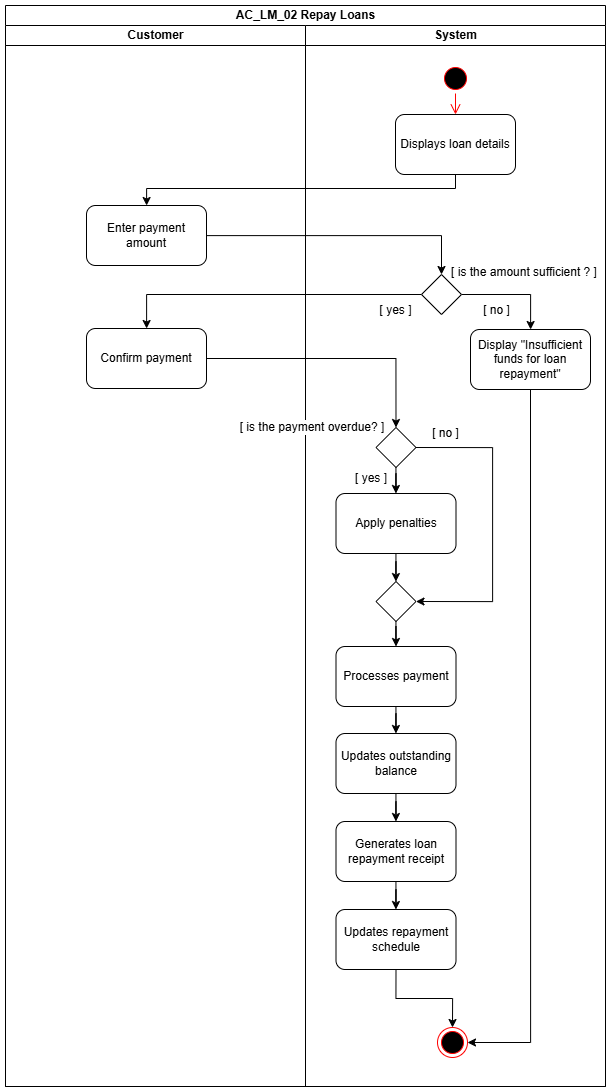
Earlier version of the draw.io export diagrams/activity-diagrams/AC_LM_02.png (Markl1T/bank-management-system). Source tidied: cells renumbered, new cells last; positions are measured from the earlier drawing's top-left corner, leaving out a move shared by most shapes. The source it was exported from:
```xml
<mxGraphModel>
  <root>
    <mxCell id="0" />
    <mxCell id="1" parent="0" />
    <mxCell id="2" value="AC_LM_02 Repay Loans" style="swimlane;startSize=20;html=1;" parent="1" vertex="1">
      <mxGeometry width="600" height="1081" as="geometry" />
    </mxCell>
    <mxCell id="3" value="Customer" style="swimlane;startSize=20;html=1;" parent="2" vertex="1">
      <mxGeometry y="20" width="300" height="1061" as="geometry" />
    </mxCell>
    <mxCell id="4" value="Enter&amp;nbsp;&lt;span style=&quot;background-color: transparent; color: light-dark(rgb(0, 0, 0), rgb(255, 255, 255));&quot;&gt;payment amount&lt;/span&gt;" style="rounded=1;whiteSpace=wrap;html=1;" parent="3" vertex="1">
      <mxGeometry x="81" y="180" width="120" height="60" as="geometry" />
    </mxCell>
    <mxCell id="5" value="Confirm payment" style="rounded=1;whiteSpace=wrap;html=1;" parent="3" vertex="1">
      <mxGeometry x="81" y="303" width="120" height="60" as="geometry" />
    </mxCell>
    <mxCell id="6" style="edgeStyle=orthogonalEdgeStyle;rounded=0;jettySize=auto;html=1;" parent="2" edge="1" source="12" target="4">
      <mxGeometry relative="1" as="geometry">
        <Array as="points">
          <mxPoint x="450" y="183" />
          <mxPoint x="141" y="183" />
        </Array>
      </mxGeometry>
    </mxCell>
    <mxCell id="7" style="edgeStyle=orthogonalEdgeStyle;rounded=0;jettySize=auto;html=1;entryX=0.5;entryY=0;entryDx=0;entryDy=0;" parent="2" edge="1" source="4" target="15">
      <mxGeometry relative="1" as="geometry" />
    </mxCell>
    <mxCell id="8" style="edgeStyle=orthogonalEdgeStyle;rounded=0;jettySize=auto;html=1;" parent="2" edge="1" source="15" target="5">
      <mxGeometry relative="1" as="geometry" />
    </mxCell>
    <mxCell id="9" style="edgeStyle=orthogonalEdgeStyle;rounded=0;jettySize=auto;html=1;entryX=0.5;entryY=0;entryDx=0;entryDy=0;" parent="2" edge="1" source="5" target="25">
      <mxGeometry relative="1" as="geometry" />
    </mxCell>
    <mxCell id="10" value="System" style="swimlane;startSize=20;html=1;" parent="2" vertex="1">
      <mxGeometry x="300" y="20" width="300" height="1061" as="geometry" />
    </mxCell>
    <mxCell id="11" style="ellipse;html=1;shape=startState;fillColor=#000000;strokeColor=#ff0000;" parent="10" vertex="1">
      <mxGeometry x="135" y="38" width="30" height="30" as="geometry" />
    </mxCell>
    <mxCell id="12" value="Displays loan details" style="rounded=1;whiteSpace=wrap;html=1;" parent="10" vertex="1">
      <mxGeometry x="90" y="89" width="120" height="60" as="geometry" />
    </mxCell>
    <mxCell id="13" style="edgeStyle=orthogonalEdgeStyle;html=1;verticalAlign=bottom;endArrow=open;endSize=8;strokeColor=#ff0000;rounded=0;entryX=0.5;entryY=0;entryDx=0;entryDy=0;" parent="10" edge="1" source="11" target="12">
      <mxGeometry relative="1" as="geometry" />
    </mxCell>
    <mxCell id="14" style="edgeStyle=orthogonalEdgeStyle;rounded=0;jettySize=auto;html=1;" parent="10" edge="1" source="15" target="16">
      <mxGeometry relative="1" as="geometry" />
    </mxCell>
    <mxCell id="15" style="rhombus;whiteSpace=wrap;html=1;" parent="10" vertex="1">
      <mxGeometry x="116" y="249" width="40" height="40" as="geometry" />
    </mxCell>
    <mxCell id="16" value="Display &quot;Insufficient funds for loan repayment&quot;" style="rounded=1;whiteSpace=wrap;html=1;" parent="10" vertex="1">
      <mxGeometry x="165" y="304" width="120" height="60" as="geometry" />
    </mxCell>
    <mxCell id="17" value="[ no ]" style="text;html=1;align=center;verticalAlign=middle;whiteSpace=wrap;rounded=0;" parent="10" vertex="1">
      <mxGeometry x="129" y="270" width="125" height="30" as="geometry" />
    </mxCell>
    <mxCell id="18" value="[ yes ]" style="text;html=1;align=center;verticalAlign=middle;whiteSpace=wrap;rounded=0;" parent="10" vertex="1">
      <mxGeometry x="28" y="270" width="125" height="30" as="geometry" />
    </mxCell>
    <mxCell id="19" value="[ is the amount sufficient ? ]" style="text;html=1;align=center;verticalAlign=middle;whiteSpace=wrap;rounded=0;" parent="10" vertex="1">
      <mxGeometry x="144" y="232" width="150" height="30" as="geometry" />
    </mxCell>
    <mxCell id="20" style="edgeStyle=orthogonalEdgeStyle;rounded=0;jettySize=auto;html=1;" parent="10" edge="1" source="21" target="23">
      <mxGeometry relative="1" as="geometry" />
    </mxCell>
    <mxCell id="21" value="Processes payment" style="whiteSpace=wrap;html=1;rounded=1;" parent="10" vertex="1">
      <mxGeometry x="30.5" y="621" width="120" height="60" as="geometry" />
    </mxCell>
    <mxCell id="22" style="edgeStyle=orthogonalEdgeStyle;rounded=0;jettySize=auto;html=1;" parent="10" edge="1" source="23" target="35">
      <mxGeometry relative="1" as="geometry" />
    </mxCell>
    <mxCell id="23" value="Updates outstanding balance" style="whiteSpace=wrap;html=1;rounded=1;" parent="10" vertex="1">
      <mxGeometry x="30.5" y="708" width="120" height="60" as="geometry" />
    </mxCell>
    <mxCell id="24" style="edgeStyle=orthogonalEdgeStyle;rounded=0;jettySize=auto;html=1;" parent="10" edge="1" source="25" target="27">
      <mxGeometry relative="1" as="geometry" />
    </mxCell>
    <mxCell id="25" style="rhombus;whiteSpace=wrap;html=1;" parent="10" vertex="1">
      <mxGeometry x="70.5" y="402" width="40" height="40" as="geometry" />
    </mxCell>
    <mxCell id="26" style="edgeStyle=orthogonalEdgeStyle;rounded=0;jettySize=auto;html=1;" parent="10" edge="1" source="27" target="32">
      <mxGeometry relative="1" as="geometry" />
    </mxCell>
    <mxCell id="27" value="Apply penalties" style="rounded=1;whiteSpace=wrap;html=1;" parent="10" vertex="1">
      <mxGeometry x="30.5" y="468" width="120" height="60" as="geometry" />
    </mxCell>
    <mxCell id="28" value="[ is the payment overdue? ]" style="text;html=1;align=center;verticalAlign=middle;whiteSpace=wrap;rounded=0;labelBackgroundColor=default;" parent="10" vertex="1">
      <mxGeometry x="-68" y="387" width="150" height="30" as="geometry" />
    </mxCell>
    <mxCell id="29" value="[ yes ]" style="text;html=1;align=center;verticalAlign=middle;whiteSpace=wrap;rounded=0;" parent="10" vertex="1">
      <mxGeometry x="32" y="438" width="68" height="30" as="geometry" />
    </mxCell>
    <mxCell id="30" value="[ no ]" style="text;html=1;align=center;verticalAlign=middle;whiteSpace=wrap;rounded=0;" parent="10" vertex="1">
      <mxGeometry x="113" y="393" width="54.5" height="30" as="geometry" />
    </mxCell>
    <mxCell id="31" style="edgeStyle=orthogonalEdgeStyle;rounded=0;jettySize=auto;html=1;entryX=0.5;entryY=0;entryDx=0;entryDy=0;" parent="10" edge="1" source="32" target="21">
      <mxGeometry relative="1" as="geometry" />
    </mxCell>
    <mxCell id="32" style="rhombus;whiteSpace=wrap;html=1;" parent="10" vertex="1">
      <mxGeometry x="70.5" y="556" width="40" height="40" as="geometry" />
    </mxCell>
    <mxCell id="33" style="edgeStyle=orthogonalEdgeStyle;rounded=0;jettySize=auto;html=1;entryX=1;entryY=0.5;entryDx=0;entryDy=0;exitX=1;exitY=0.5;exitDx=0;exitDy=0;" parent="10" edge="1" source="25" target="32">
      <mxGeometry relative="1" as="geometry">
        <Array as="points">
          <mxPoint x="187" y="422" />
          <mxPoint x="187" y="576" />
        </Array>
      </mxGeometry>
    </mxCell>
    <mxCell id="34" style="edgeStyle=orthogonalEdgeStyle;rounded=0;jettySize=auto;html=1;" parent="10" edge="1" source="35" target="36">
      <mxGeometry relative="1" as="geometry" />
    </mxCell>
    <mxCell id="35" value="Generates loan repayment receipt" style="whiteSpace=wrap;html=1;rounded=1;" parent="10" vertex="1">
      <mxGeometry x="30.5" y="796" width="120" height="60" as="geometry" />
    </mxCell>
    <mxCell id="36" value="Updates repayment schedule" style="whiteSpace=wrap;html=1;rounded=1;" parent="10" vertex="1">
      <mxGeometry x="30.5" y="884" width="120" height="60" as="geometry" />
    </mxCell>
    <mxCell id="37" style="edgeStyle=orthogonalEdgeStyle;rounded=0;jettySize=auto;html=1;exitX=0.5;exitY=1;exitDx=0;exitDy=0;" parent="10" edge="1" source="36" target="38">
      <mxGeometry relative="1" as="geometry" />
    </mxCell>
    <mxCell id="38" style="ellipse;html=1;shape=endState;fillColor=#000000;strokeColor=#ff0000;" parent="10" vertex="1">
      <mxGeometry x="132" y="1002" width="30" height="30" as="geometry" />
    </mxCell>
    <mxCell id="39" style="edgeStyle=orthogonalEdgeStyle;rounded=0;jettySize=auto;html=1;exitX=0.5;exitY=1;exitDx=0;exitDy=0;entryX=1;entryY=0.5;entryDx=0;entryDy=0;" parent="10" edge="1" source="16" target="38">
      <mxGeometry relative="1" as="geometry" />
    </mxCell>
  </root>
</mxGraphModel>
```
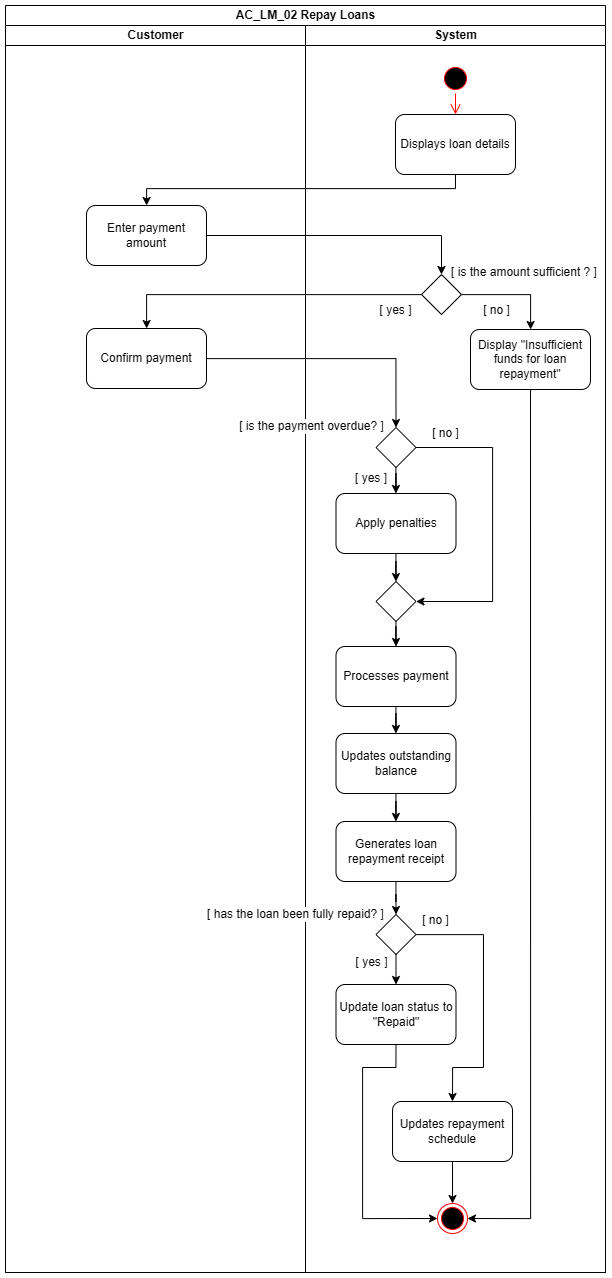
The same diagram one commit later.

Change to the diagram source:
```diff
@@ -3,10 +3,10 @@
     <mxCell id="0" />
     <mxCell id="1" parent="0" />
     <mxCell id="2" value="AC_LM_02 Repay Loans" style="swimlane;startSize=20;html=1;" parent="1" vertex="1">
-      <mxGeometry width="600" height="1081" as="geometry" />
+      <mxGeometry width="600" height="1267" as="geometry" />
     </mxCell>
     <mxCell id="3" value="Customer" style="swimlane;startSize=20;html=1;" parent="2" vertex="1">
-      <mxGeometry y="20" width="300" height="1061" as="geometry" />
+      <mxGeometry y="20" width="300" height="1247" as="geometry" />
     </mxCell>
     <mxCell id="4" value="Enter&amp;nbsp;&lt;span style=&quot;background-color: transparent; color: light-dark(rgb(0, 0, 0), rgb(255, 255, 255));&quot;&gt;payment amount&lt;/span&gt;" style="rounded=1;whiteSpace=wrap;html=1;" parent="3" vertex="1">
       <mxGeometry x="81" y="180" width="120" height="60" as="geometry" />
@@ -32,7 +32,7 @@
       <mxGeometry relative="1" as="geometry" />
     </mxCell>
     <mxCell id="10" value="System" style="swimlane;startSize=20;html=1;" parent="2" vertex="1">
-      <mxGeometry x="300" y="20" width="300" height="1061" as="geometry" />
+      <mxGeometry x="300" y="20" width="300" height="1247" as="geometry" />
     </mxCell>
     <mxCell id="11" style="ellipse;html=1;shape=startState;fillColor=#000000;strokeColor=#ff0000;" parent="10" vertex="1">
       <mxGeometry x="135" y="38" width="30" height="30" as="geometry" />
@@ -67,7 +67,7 @@
     <mxCell id="21" value="Processes payment" style="whiteSpace=wrap;html=1;rounded=1;" parent="10" vertex="1">
       <mxGeometry x="30.5" y="621" width="120" height="60" as="geometry" />
     </mxCell>
-    <mxCell id="22" style="edgeStyle=orthogonalEdgeStyle;rounded=0;jettySize=auto;html=1;" parent="10" edge="1" source="23" target="35">
+    <mxCell id="22" style="edgeStyle=orthogonalEdgeStyle;rounded=0;jettySize=auto;html=1;" parent="10" edge="1" source="23" target="34">
       <mxGeometry relative="1" as="geometry" />
     </mxCell>
     <mxCell id="23" value="Updates outstanding balance" style="whiteSpace=wrap;html=1;rounded=1;" parent="10" vertex="1">
@@ -85,8 +85,8 @@
     <mxCell id="27" value="Apply penalties" style="rounded=1;whiteSpace=wrap;html=1;" parent="10" vertex="1">
       <mxGeometry x="30.5" y="468" width="120" height="60" as="geometry" />
     </mxCell>
-    <mxCell id="28" value="[ is the payment overdue? ]" style="text;html=1;align=center;verticalAlign=middle;whiteSpace=wrap;rounded=0;labelBackgroundColor=default;" parent="10" vertex="1">
-      <mxGeometry x="-68" y="387" width="150" height="30" as="geometry" />
+    <mxCell id="28" value="[ has the loan been fully repaid? ]" style="text;html=1;align=center;verticalAlign=middle;whiteSpace=wrap;rounded=0;labelBackgroundColor=default;" parent="10" vertex="1">
+      <mxGeometry x="-99" y="874" width="179" height="30" as="geometry" />
     </mxCell>
     <mxCell id="29" value="[ yes ]" style="text;html=1;align=center;verticalAlign=middle;whiteSpace=wrap;rounded=0;" parent="10" vertex="1">
       <mxGeometry x="32" y="438" width="68" height="30" as="geometry" />
@@ -108,23 +108,59 @@
         </Array>
       </mxGeometry>
     </mxCell>
-    <mxCell id="34" style="edgeStyle=orthogonalEdgeStyle;rounded=0;jettySize=auto;html=1;" parent="10" edge="1" source="35" target="36">
-      <mxGeometry relative="1" as="geometry" />
+    <mxCell id="34" value="Generates loan repayment receipt" style="whiteSpace=wrap;html=1;rounded=1;" parent="10" vertex="1">
+      <mxGeometry x="30.5" y="796" width="120" height="60" as="geometry" />
     </mxCell>
-    <mxCell id="35" value="Generates loan repayment receipt" style="whiteSpace=wrap;html=1;rounded=1;" parent="10" vertex="1">
-      <mxGeometry x="30.5" y="796" width="120" height="60" as="geometry" />
+    <mxCell id="35" value="Updates repayment schedule" style="whiteSpace=wrap;html=1;rounded=1;" parent="10" vertex="1">
+      <mxGeometry x="87" y="1076" width="120" height="60" as="geometry" />
     </mxCell>
-    <mxCell id="36" value="Updates repayment schedule" style="whiteSpace=wrap;html=1;rounded=1;" parent="10" vertex="1">
-      <mxGeometry x="30.5" y="884" width="120" height="60" as="geometry" />
+    <mxCell id="36" style="edgeStyle=orthogonalEdgeStyle;rounded=0;jettySize=auto;html=1;exitX=0.5;exitY=1;exitDx=0;exitDy=0;" parent="10" edge="1" source="35" target="37">
+      <mxGeometry relative="1" as="geometry" />
     </mxCell>
-    <mxCell id="37" style="edgeStyle=orthogonalEdgeStyle;rounded=0;jettySize=auto;html=1;exitX=0.5;exitY=1;exitDx=0;exitDy=0;" parent="10" edge="1" source="36" target="38">
-      <mxGeometry relative="1" as="geometry" />
+    <mxCell id="37" style="ellipse;html=1;shape=endState;fillColor=#000000;strokeColor=#ff0000;" parent="10" vertex="1">
+      <mxGeometry x="132" y="1178" width="30" height="30" as="geometry" />
     </mxCell>
-    <mxCell id="38" style="ellipse;html=1;shape=endState;fillColor=#000000;strokeColor=#ff0000;" parent="10" vertex="1">
-      <mxGeometry x="132" y="1002" width="30" height="30" as="geometry" />
+    <mxCell id="38" style="edgeStyle=orthogonalEdgeStyle;rounded=0;jettySize=auto;html=1;exitX=0.5;exitY=1;exitDx=0;exitDy=0;entryX=1;entryY=0.5;entryDx=0;entryDy=0;" parent="10" edge="1" source="16" target="37">
+      <mxGeometry relative="1" as="geometry" />
     </mxCell>
-    <mxCell id="39" style="edgeStyle=orthogonalEdgeStyle;rounded=0;jettySize=auto;html=1;exitX=0.5;exitY=1;exitDx=0;exitDy=0;entryX=1;entryY=0.5;entryDx=0;entryDy=0;" parent="10" edge="1" source="16" target="38">
-      <mxGeometry relative="1" as="geometry" />
+    <mxCell id="39" style="rhombus;whiteSpace=wrap;html=1;" parent="10" vertex="1">
+      <mxGeometry x="70.5" y="889" width="40" height="40" as="geometry" />
     </mxCell>
+    <mxCell id="40" style="edgeStyle=orthogonalEdgeStyle;rounded=0;jettySize=auto;html=1;entryX=0.5;entryY=0;entryDx=0;entryDy=0;" parent="10" edge="1" source="34" target="39">
+      <mxGeometry relative="1" as="geometry" />
+    </mxCell>
+    <mxCell id="41" style="endArrow=classic;html=1;rounded=0;entryX=0.5;entryY=0;entryDx=0;entryDy=0;" parent="10" edge="1" source="39" target="44">
+      <mxGeometry relative="1" as="geometry" />
+    </mxCell>
+    <mxCell id="42" style="endArrow=classic;html=1;rounded=0;edgeStyle=orthogonalEdgeStyle;entryX=0.5;entryY=0;entryDx=0;entryDy=0;" parent="10" edge="1" source="39" target="35">
+      <mxGeometry relative="1" as="geometry">
+        <Array as="points">
+          <mxPoint x="178" y="909" />
+          <mxPoint x="178" y="1042" />
+          <mxPoint x="147" y="1042" />
+        </Array>
+      </mxGeometry>
+    </mxCell>
+    <mxCell id="43" value="[ yes ]" style="text;html=1;align=center;verticalAlign=middle;whiteSpace=wrap;rounded=0;labelBackgroundColor=default;" parent="10" vertex="1">
+      <mxGeometry x="35.5" y="922" width="61" height="30" as="geometry" />
+    </mxCell>
+    <mxCell id="44" value="Update loan status to &quot;Repaid&quot;" style="whiteSpace=wrap;html=1;rounded=1;" parent="10" vertex="1">
+      <mxGeometry x="30.5" y="959" width="120" height="60" as="geometry" />
+    </mxCell>
+    <mxCell id="45" style="endArrow=classic;html=1;rounded=0;entryX=0;entryY=0.5;entryDx=0;entryDy=0;edgeStyle=orthogonalEdgeStyle;exitX=0.5;exitY=1;exitDx=0;exitDy=0;" parent="10" edge="1" source="44" target="37">
+      <mxGeometry relative="1" as="geometry">
+        <Array as="points">
+          <mxPoint x="91" y="1042" />
+          <mxPoint x="57" y="1042" />
+          <mxPoint x="57" y="1193" />
+        </Array>
+      </mxGeometry>
+    </mxCell>
+    <mxCell id="46" value="[ is the payment overdue? ]" style="text;html=1;align=center;verticalAlign=middle;whiteSpace=wrap;rounded=0;labelBackgroundColor=default;" parent="10" vertex="1">
+      <mxGeometry x="-74" y="386" width="161" height="30" as="geometry" />
+    </mxCell>
+    <mxCell id="47" value="[ no ]" style="text;html=1;align=center;verticalAlign=middle;whiteSpace=wrap;rounded=0;labelBackgroundColor=default;" parent="1" vertex="1">
+      <mxGeometry x="400" y="900" width="61" height="30" as="geometry" />
+    </mxCell>
   </root>
 </mxGraphModel>
```
